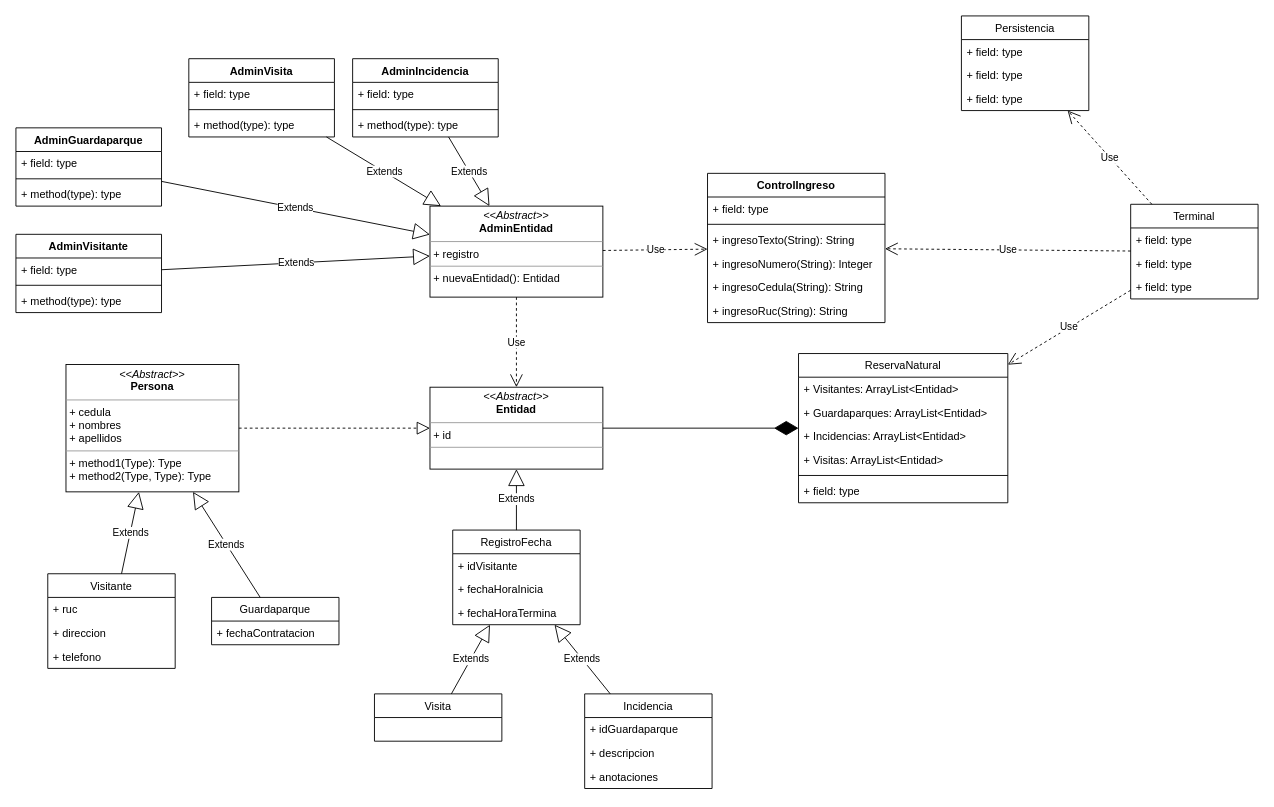
Above: page "Page-1" (1 of 2) of solucion.drawio in leninrkb/ReservaNatural (draw.io), before the change. Source tidied: cells renumbered, new cells numbered last; positions are measured from the earlier drawing's top-left corner, leaving out a move shared by most shapes. Both pictures are drawn from the tidied source at 91%, with x=0, y=0 at pixel (15, 15).
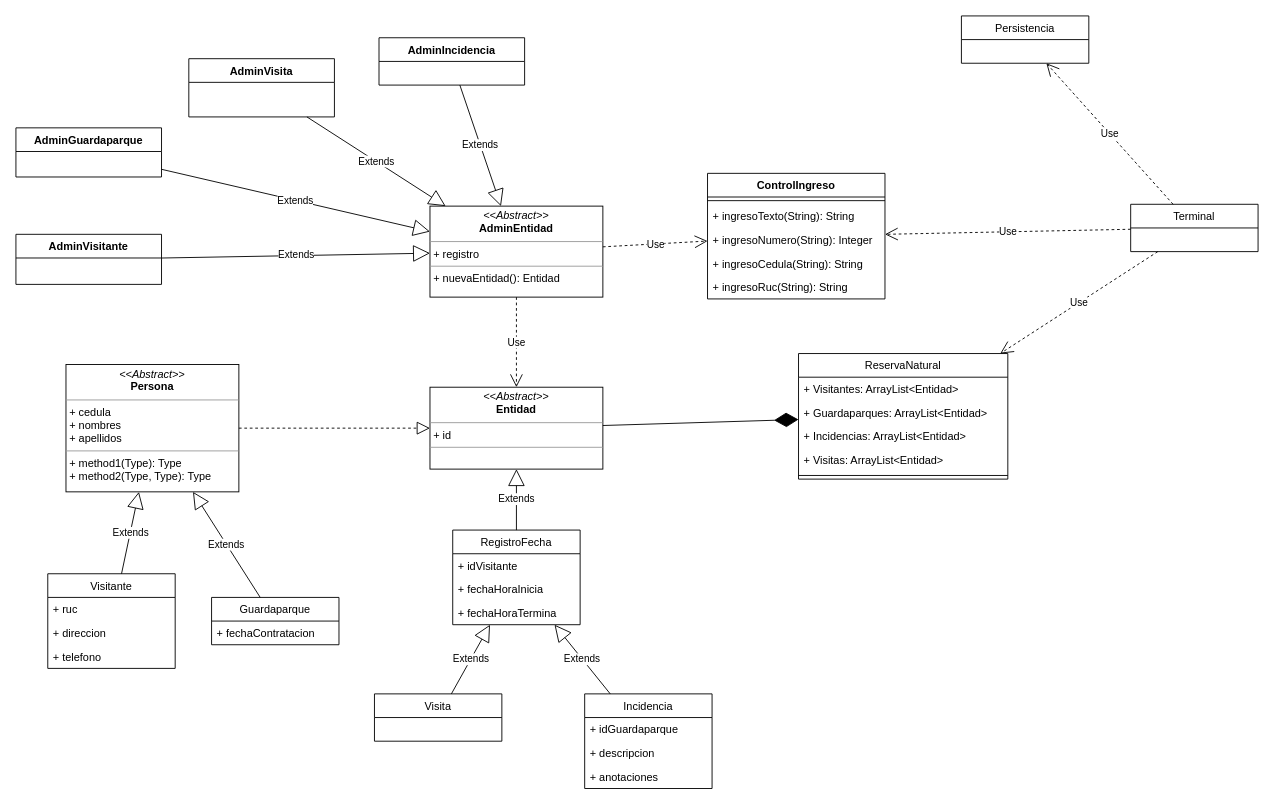
After the change.

Change to the diagram source:
```diff
@@
     <mxCell id="25" value="ReservaNatural" style="swimlane;fontStyle=0;horizontal=1;startSize=26;fillColor=none;" parent="1" vertex="1">
-      <mxGeometry x="860" y="371" width="230" height="164" as="geometry" />
+      <mxGeometry x="860" y="371" width="230" height="138" as="geometry" />
     </mxCell>
@@
-    <mxCell id="31" value="+ field: type" style="text;strokeColor=none;fillColor=none;align=left;verticalAlign=top;spacingLeft=4;spacingRight=4;overflow=hidden;" parent="25" vertex="1">
-      <mxGeometry y="138" width="230" height="26" as="geometry" />
-    </mxCell>
@@
     <mxCell id="33" value="AdminVisitante" style="swimlane;fontStyle=1;align=center;verticalAlign=top;horizontal=1;startSize=26;" parent="1" vertex="1">
-      <mxGeometry y="240" width="160" height="86" as="geometry" />
+      <mxGeometry y="240" width="160" height="55" as="geometry" />
     </mxCell>
-    <mxCell id="34" value="+ field: type" style="text;strokeColor=none;fillColor=none;align=left;verticalAlign=top;spacingLeft=4;spacingRight=4;overflow=hidden;" parent="33" vertex="1">
-      <mxGeometry y="26" width="160" height="26" as="geometry" />
-    </mxCell>
-    <mxCell id="35" style="line;strokeWidth=1;fillColor=none;align=left;verticalAlign=middle;spacingTop=-1;spacingLeft=3;spacingRight=3;labelPosition=right;strokeColor=inherit;" parent="33" vertex="1">
-      <mxGeometry y="52" width="160" height="8" as="geometry" />
-    </mxCell>
-    <mxCell id="36" value="+ method(type): type" style="text;strokeColor=none;fillColor=none;align=left;verticalAlign=top;spacingLeft=4;spacingRight=4;overflow=hidden;" parent="33" vertex="1">
-      <mxGeometry y="60" width="160" height="26" as="geometry" />
-    </mxCell>
@@
     <mxCell id="38" value="AdminGuardaparque" style="swimlane;fontStyle=1;align=center;verticalAlign=top;horizontal=1;startSize=26;" parent="1" vertex="1">
-      <mxGeometry y="123" width="160" height="86" as="geometry" />
+      <mxGeometry y="123" width="160" height="54" as="geometry" />
     </mxCell>
-    <mxCell id="39" value="+ field: type" style="text;strokeColor=none;fillColor=none;align=left;verticalAlign=top;spacingLeft=4;spacingRight=4;overflow=hidden;" parent="38" vertex="1">
-      <mxGeometry y="26" width="160" height="26" as="geometry" />
-    </mxCell>
-    <mxCell id="40" style="line;strokeWidth=1;fillColor=none;align=left;verticalAlign=middle;spacingTop=-1;spacingLeft=3;spacingRight=3;labelPosition=right;strokeColor=inherit;" parent="38" vertex="1">
-      <mxGeometry y="52" width="160" height="8" as="geometry" />
-    </mxCell>
-    <mxCell id="41" value="+ method(type): type" style="text;strokeColor=none;fillColor=none;align=left;verticalAlign=top;spacingLeft=4;spacingRight=4;overflow=hidden;" parent="38" vertex="1">
-      <mxGeometry y="60" width="160" height="26" as="geometry" />
-    </mxCell>
@@
     <mxCell id="43" value="AdminVisita" style="swimlane;fontStyle=1;align=center;verticalAlign=top;horizontal=1;startSize=26;" parent="1" vertex="1">
-      <mxGeometry x="190" y="47" width="160" height="86" as="geometry" />
+      <mxGeometry x="190" y="47" width="160" height="64" as="geometry" />
     </mxCell>
-    <mxCell id="44" value="+ field: type" style="text;strokeColor=none;fillColor=none;align=left;verticalAlign=top;spacingLeft=4;spacingRight=4;overflow=hidden;" parent="43" vertex="1">
-      <mxGeometry y="26" width="160" height="26" as="geometry" />
-    </mxCell>
-    <mxCell id="45" style="line;strokeWidth=1;fillColor=none;align=left;verticalAlign=middle;spacingTop=-1;spacingLeft=3;spacingRight=3;labelPosition=right;strokeColor=inherit;" parent="43" vertex="1">
-      <mxGeometry y="52" width="160" height="8" as="geometry" />
-    </mxCell>
-    <mxCell id="46" value="+ method(type): type" style="text;strokeColor=none;fillColor=none;align=left;verticalAlign=top;spacingLeft=4;spacingRight=4;overflow=hidden;" parent="43" vertex="1">
-      <mxGeometry y="60" width="160" height="26" as="geometry" />
-    </mxCell>
     <mxCell id="47" value="AdminIncidencia" style="swimlane;fontStyle=1;align=center;verticalAlign=top;horizontal=1;startSize=26;" parent="1" vertex="1">
-      <mxGeometry x="370" y="47" width="160" height="86" as="geometry" />
+      <mxGeometry x="399" y="24" width="160" height="52" as="geometry" />
     </mxCell>
-    <mxCell id="48" value="+ field: type" style="text;strokeColor=none;fillColor=none;align=left;verticalAlign=top;spacingLeft=4;spacingRight=4;overflow=hidden;" parent="47" vertex="1">
-      <mxGeometry y="26" width="160" height="26" as="geometry" />
-    </mxCell>
-    <mxCell id="49" style="line;strokeWidth=1;fillColor=none;align=left;verticalAlign=middle;spacingTop=-1;spacingLeft=3;spacingRight=3;labelPosition=right;strokeColor=inherit;" parent="47" vertex="1">
-      <mxGeometry y="52" width="160" height="8" as="geometry" />
-    </mxCell>
-    <mxCell id="50" value="+ method(type): type" style="text;strokeColor=none;fillColor=none;align=left;verticalAlign=top;spacingLeft=4;spacingRight=4;overflow=hidden;" parent="47" vertex="1">
-      <mxGeometry y="60" width="160" height="26" as="geometry" />
-    </mxCell>
@@
     <mxCell id="53" value="ControlIngreso" style="swimlane;fontStyle=1;align=center;verticalAlign=top;horizontal=1;startSize=26;" parent="1" vertex="1">
-      <mxGeometry x="760" y="173" width="195" height="164" as="geometry" />
+      <mxGeometry x="760" y="173" width="195" height="138" as="geometry" />
     </mxCell>
-    <mxCell id="54" value="+ field: type" style="text;strokeColor=none;fillColor=none;align=left;verticalAlign=top;spacingLeft=4;spacingRight=4;overflow=hidden;" parent="53" vertex="1">
-      <mxGeometry y="26" width="195" height="26" as="geometry" />
-    </mxCell>
     <mxCell id="55" style="line;strokeWidth=1;fillColor=none;align=left;verticalAlign=middle;spacingTop=-1;spacingLeft=3;spacingRight=3;labelPosition=right;strokeColor=inherit;" parent="53" vertex="1">
-      <mxGeometry y="52" width="195" height="8" as="geometry" />
+      <mxGeometry y="26" width="195" height="8" as="geometry" />
     </mxCell>
     <mxCell id="56" value="+ ingresoTexto(String): String" style="text;strokeColor=none;fillColor=none;align=left;verticalAlign=top;spacingLeft=4;spacingRight=4;overflow=hidden;" parent="53" vertex="1">
-      <mxGeometry y="60" width="195" height="26" as="geometry" />
+      <mxGeometry y="34" width="195" height="26" as="geometry" />
     </mxCell>
     <mxCell id="57" value="+ ingresoNumero(String): Integer" style="text;strokeColor=none;fillColor=none;align=left;verticalAlign=top;spacingLeft=4;spacingRight=4;overflow=hidden;" parent="53" vertex="1">
-      <mxGeometry y="86" width="195" height="26" as="geometry" />
+      <mxGeometry y="60" width="195" height="26" as="geometry" />
     </mxCell>
     <mxCell id="58" value="+ ingresoCedula(String): String" style="text;strokeColor=none;fillColor=none;align=left;verticalAlign=top;spacingLeft=4;spacingRight=4;overflow=hidden;" parent="53" vertex="1">
-      <mxGeometry y="112" width="195" height="26" as="geometry" />
+      <mxGeometry y="86" width="195" height="26" as="geometry" />
     </mxCell>
     <mxCell id="59" value="+ ingresoRuc(String): String" style="text;strokeColor=none;fillColor=none;align=left;verticalAlign=top;spacingLeft=4;spacingRight=4;overflow=hidden;" parent="53" vertex="1">
-      <mxGeometry y="138" width="195" height="26" as="geometry" />
+      <mxGeometry y="112" width="195" height="26" as="geometry" />
     </mxCell>
@@
     <mxCell id="61" value="Persistencia" style="swimlane;fontStyle=0;horizontal=1;startSize=26;fillColor=none;" parent="1" vertex="1">
-      <mxGeometry x="1039" width="140" height="104" as="geometry" />
+      <mxGeometry x="1039" width="140" height="52" as="geometry" />
     </mxCell>
-    <mxCell id="62" value="+ field: type" style="text;strokeColor=none;fillColor=none;align=left;verticalAlign=top;spacingLeft=4;spacingRight=4;overflow=hidden;" parent="61" vertex="1">
-      <mxGeometry y="26" width="140" height="26" as="geometry" />
-    </mxCell>
-    <mxCell id="63" value="+ field: type" style="text;strokeColor=none;fillColor=none;align=left;verticalAlign=top;spacingLeft=4;spacingRight=4;overflow=hidden;" parent="61" vertex="1">
-      <mxGeometry y="52" width="140" height="26" as="geometry" />
-    </mxCell>
-    <mxCell id="64" value="+ field: type" style="text;strokeColor=none;fillColor=none;align=left;verticalAlign=top;spacingLeft=4;spacingRight=4;overflow=hidden;" parent="61" vertex="1">
-      <mxGeometry y="78" width="140" height="26" as="geometry" />
-    </mxCell>
     <mxCell id="65" value="Terminal" style="swimlane;fontStyle=0;horizontal=1;startSize=26;fillColor=none;" parent="1" vertex="1">
-      <mxGeometry x="1225" y="207" width="140" height="104" as="geometry" />
+      <mxGeometry x="1225" y="207" width="140" height="52" as="geometry" />
     </mxCell>
-    <mxCell id="66" value="+ field: type" style="text;strokeColor=none;fillColor=none;align=left;verticalAlign=top;spacingLeft=4;spacingRight=4;overflow=hidden;" parent="65" vertex="1">
-      <mxGeometry y="26" width="140" height="26" as="geometry" />
-    </mxCell>
-    <mxCell id="67" value="+ field: type" style="text;strokeColor=none;fillColor=none;align=left;verticalAlign=top;spacingLeft=4;spacingRight=4;overflow=hidden;" parent="65" vertex="1">
-      <mxGeometry y="52" width="140" height="26" as="geometry" />
-    </mxCell>
-    <mxCell id="68" value="+ field: type" style="text;strokeColor=none;fillColor=none;align=left;verticalAlign=top;spacingLeft=4;spacingRight=4;overflow=hidden;" parent="65" vertex="1">
-      <mxGeometry y="78" width="140" height="26" as="geometry" />
-    </mxCell>
```
